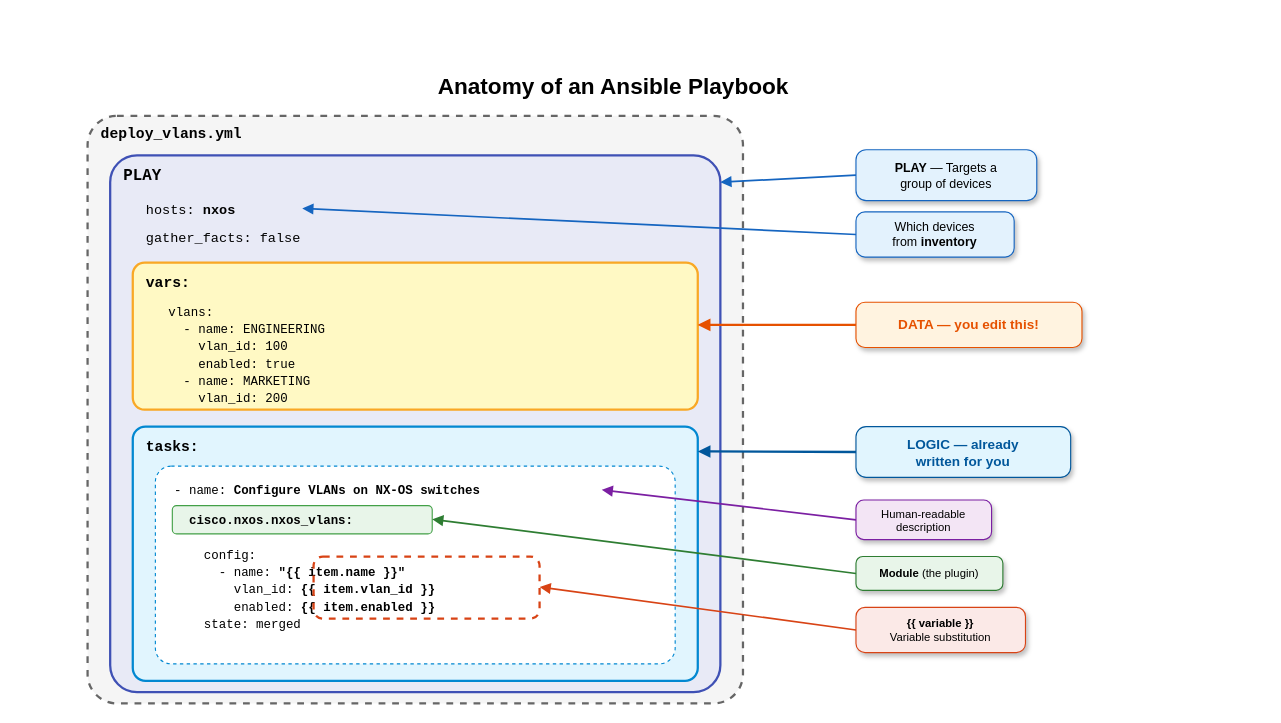
Before: images/playbook-anatomy.drawio in rgoldens/Cisco-Live-2026-Service-as-Code, a draw.io diagram. Source tidied: cells renumbered, new cells numbered last; positions are measured from the earlier drawing's top-left corner, leaving out a move shared by most shapes. Both pictures are drawn from the tidied source at 113%, with x=0, y=0 at pixel (87, 64).
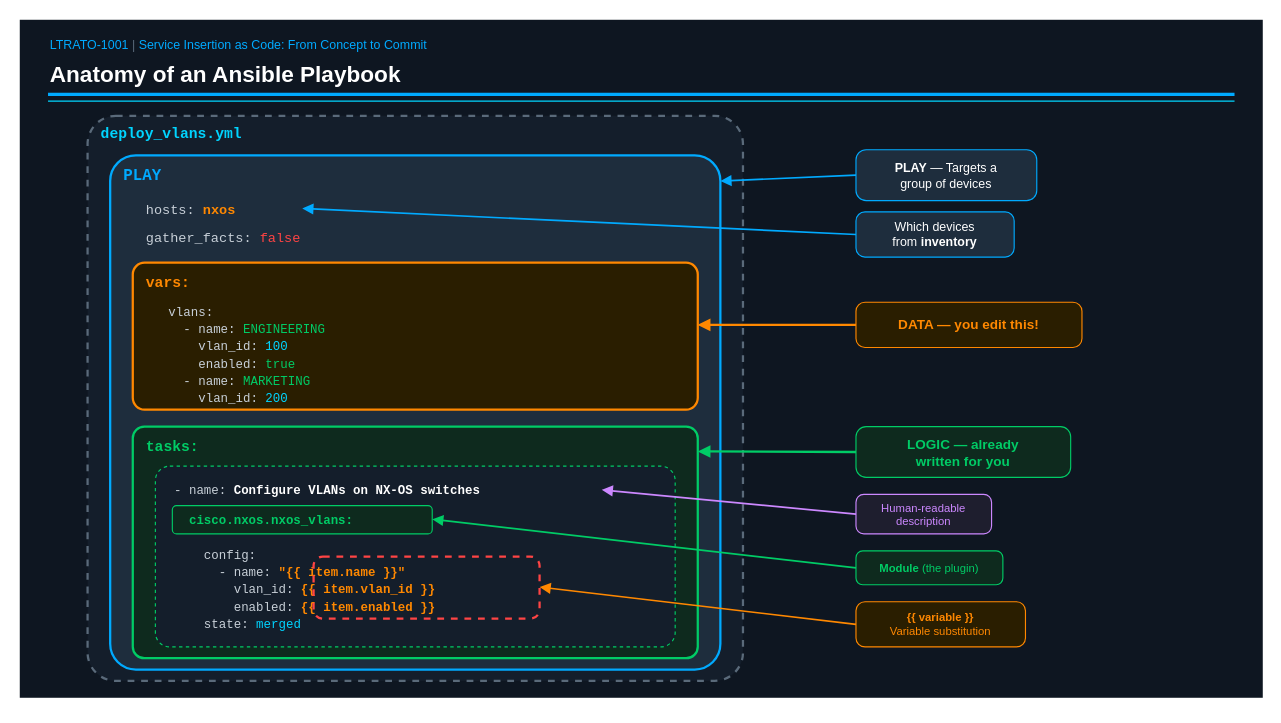
Above is the later version.

What changed in the source:
```diff
@@
+    <mxCell id="33" style="rounded=0;whiteSpace=wrap;html=1;fillColor=#0e1621;strokeColor=none;" parent="1" vertex="1">
+      <mxGeometry x="-60" y="-40" width="1100" height="600" as="geometry" />
+    </mxCell>
+    <mxCell id="34" value="&lt;font color=&quot;#00aaff&quot;&gt;LTRATO-1001&lt;/font&gt;&lt;font color=&quot;#5a6a7a&quot;&gt; | &lt;/font&gt;&lt;font color=&quot;#00aaff&quot;&gt;Service Insertion as Code: From Concept to Commit&lt;/font&gt;" style="text;html=1;fontSize=11;align=left;verticalAlign=middle;fontColor=#00aaff;" parent="1" vertex="1">
+      <mxGeometry x="-35" y="-28" width="350" height="20" as="geometry" />
+    </mxCell>
-    <mxCell id="2" value="&lt;font style=&quot;font-size:20px;&quot;&gt;&lt;b&gt;Anatomy of an Ansible Playbook&lt;/b&gt;&lt;/font&gt;" style="text;html=1;align=center;verticalAlign=middle;" parent="1" vertex="1">
-      <mxGeometry x="280" width="370" height="35" as="geometry" />
+    <mxCell id="2" value="Anatomy of an Ansible Playbook" style="text;html=1;fontSize=20;fontStyle=1;align=left;verticalAlign=middle;fontColor=#ffffff;" parent="1" vertex="1">
+      <mxGeometry x="-35" y="-10" width="500" height="35" as="geometry" />
     </mxCell>
+    <mxCell id="35" style="endArrow=none;html=1;strokeColor=#00aaff;strokeWidth=3;" parent="1" edge="1">
+      <mxGeometry relative="1" as="geometry">
+        <mxPoint x="-35" y="26" as="sourcePoint" />
+        <mxPoint x="1015" y="26" as="targetPoint" />
+      </mxGeometry>
+    </mxCell>
+    <mxCell id="36" style="endArrow=none;html=1;strokeColor=#00d4ff;strokeWidth=1;" parent="1" edge="1">
+      <mxGeometry relative="1" as="geometry">
+        <mxPoint x="-35" y="32" as="sourcePoint" />
+        <mxPoint x="1015" y="32" as="targetPoint" />
+      </mxGeometry>
+    </mxCell>
-    <mxCell id="3" style="rounded=1;whiteSpace=wrap;html=1;fillColor=#F5F5F5;strokeColor=#666666;strokeWidth=2;dashed=1;arcSize=5;" parent="1" vertex="1">
-      <mxGeometry y="45" width="580" height="520" as="geometry" />
+    <mxCell id="3" style="rounded=1;whiteSpace=wrap;html=1;fillColor=#141e2b;strokeColor=#5a6a7a;strokeWidth=2;dashed=1;arcSize=5;" parent="1" vertex="1">
+      <mxGeometry y="45" width="580" height="500" as="geometry" />
     </mxCell>
-    <mxCell id="4" value="&lt;font style=&quot;font-size:13px;&quot; face=&quot;Courier New&quot;&gt;&lt;b&gt;deploy_vlans.yml&lt;/b&gt;&lt;/font&gt;" style="text;html=1;align=left;verticalAlign=middle;" parent="1" vertex="1">
+    <mxCell id="4" value="&lt;font face=&quot;Courier New&quot; color=&quot;#00d4ff&quot; style=&quot;font-size:13px;&quot;&gt;&lt;b&gt;deploy_vlans.yml&lt;/b&gt;&lt;/font&gt;" style="text;html=1;align=left;verticalAlign=middle;" parent="1" vertex="1">
       <mxGeometry x="10" y="48" width="160" height="25" as="geometry" />
     </mxCell>
-    <mxCell id="5" style="rounded=1;whiteSpace=wrap;html=1;fillColor=#E8EAF6;strokeColor=#3F51B5;strokeWidth=2;arcSize=5;" parent="1" vertex="1">
-      <mxGeometry x="20" y="80" width="540" height="475" as="geometry" />
+    <mxCell id="5" style="rounded=1;whiteSpace=wrap;html=1;fillColor=#1e2d3d;strokeColor=#00aaff;strokeWidth=2;arcSize=5;" parent="1" vertex="1">
+      <mxGeometry x="20" y="80" width="540" height="455" as="geometry" />
     </mxCell>
-    <mxCell id="6" value="&lt;font face=&quot;Courier New&quot; style=&quot;font-size:14px;&quot;&gt;&lt;b&gt;PLAY&lt;/b&gt;&lt;/font&gt;" style="text;html=1;align=left;verticalAlign=middle;" parent="1" vertex="1">
+    <mxCell id="6" value="&lt;font face=&quot;Courier New&quot; color=&quot;#00aaff&quot; style=&quot;font-size:14px;&quot;&gt;&lt;b&gt;PLAY&lt;/b&gt;&lt;/font&gt;" style="text;html=1;align=left;verticalAlign=middle;" parent="1" vertex="1">
       <mxGeometry x="30" y="85" width="60" height="25" as="geometry" />
     </mxCell>
-    <mxCell id="7" value="&lt;font style=&quot;font-size:11px;&quot;&gt;&lt;b&gt;PLAY&lt;/b&gt; &amp;mdash; Targets a&lt;br&gt;group of devices&lt;/font&gt;" style="rounded=1;whiteSpace=wrap;html=1;fillColor=#E3F2FD;strokeColor=#1565C0;fontSize=11;arcSize=20;shadow=1;" parent="1" vertex="1">
+    <mxCell id="7" value="&lt;font style=&quot;font-size:11px;&quot; color=&quot;#ffffff&quot;&gt;&lt;b&gt;PLAY&lt;/b&gt; &amp;mdash; Targets a&lt;br&gt;group of devices&lt;/font&gt;" style="rounded=1;whiteSpace=wrap;html=1;fillColor=#1e2d3d;strokeColor=#00aaff;fontSize=11;arcSize=20;" parent="1" vertex="1">
       <mxGeometry x="680" y="75" width="160" height="45" as="geometry" />
     </mxCell>
-    <mxCell id="8" style="endArrow=block;endFill=1;html=1;strokeWidth=1.5;strokeColor=#1565C0;entryX=1;entryY=0.05;entryDx=0;entryDy=0;exitX=0;exitY=0.5;exitDx=0;exitDy=0;" parent="1" edge="1" source="7" target="5">
+    <mxCell id="8" style="endArrow=block;endFill=1;html=1;strokeWidth=1.5;strokeColor=#00aaff;entryX=1;entryY=0.05;entryDx=0;entryDy=0;exitX=0;exitY=0.5;exitDx=0;exitDy=0;" parent="1" edge="1" source="7" target="5">
       <mxGeometry relative="1" as="geometry" />
     </mxCell>
-    <mxCell id="9" value="&lt;font face=&quot;Courier New&quot; style=&quot;font-size:12px;&quot;&gt;hosts: &lt;b&gt;nxos&lt;/b&gt;&lt;/font&gt;" style="text;html=1;align=left;verticalAlign=middle;fillColor=none;" parent="1" vertex="1">
+    <mxCell id="9" value="&lt;font face=&quot;Courier New&quot; color=&quot;#c8d0d8&quot; style=&quot;font-size:12px;&quot;&gt;hosts: &lt;b&gt;&lt;font color=&quot;#ff8800&quot;&gt;nxos&lt;/font&gt;&lt;/b&gt;&lt;/font&gt;" style="text;html=1;align=left;verticalAlign=middle;fillColor=none;" parent="1" vertex="1">
       <mxGeometry x="50" y="115" width="140" height="25" as="geometry" />
     </mxCell>
-    <mxCell id="10" value="&lt;font style=&quot;font-size:11px;&quot;&gt;Which devices&lt;br&gt;from &lt;b&gt;inventory&lt;/b&gt;&lt;/font&gt;" style="rounded=1;whiteSpace=wrap;html=1;fillColor=#E3F2FD;strokeColor=#1565C0;fontSize=11;arcSize=20;shadow=1;" parent="1" vertex="1">
+    <mxCell id="10" value="&lt;font style=&quot;font-size:11px;&quot; color=&quot;#ffffff&quot;&gt;Which devices&lt;br&gt;from &lt;b&gt;inventory&lt;/b&gt;&lt;/font&gt;" style="rounded=1;whiteSpace=wrap;html=1;fillColor=#1e2d3d;strokeColor=#00aaff;fontSize=11;arcSize=20;" parent="1" vertex="1">
       <mxGeometry x="680" y="130" width="140" height="40" as="geometry" />
     </mxCell>
-    <mxCell id="11" style="endArrow=block;endFill=1;html=1;strokeWidth=1.5;strokeColor=#1565C0;exitX=0;exitY=0.5;exitDx=0;exitDy=0;" parent="1" edge="1" source="10">
+    <mxCell id="11" style="endArrow=block;endFill=1;html=1;strokeWidth=1.5;strokeColor=#00aaff;exitX=0;exitY=0.5;exitDx=0;exitDy=0;" parent="1" edge="1" source="10">
       <mxGeometry relative="1" as="geometry">
         <mxPoint x="190" y="127" as="targetPoint" />
       </mxGeometry>
     </mxCell>
-    <mxCell id="12" value="&lt;font face=&quot;Courier New&quot; style=&quot;font-size:12px;&quot;&gt;gather_facts: false&lt;/font&gt;" style="text;html=1;align=left;verticalAlign=middle;fillColor=none;" parent="1" vertex="1">
+    <mxCell id="12" value="&lt;font face=&quot;Courier New&quot; color=&quot;#c8d0d8&quot; style=&quot;font-size:12px;&quot;&gt;gather_facts: &lt;font color=&quot;#ff4444&quot;&gt;false&lt;/font&gt;&lt;/font&gt;" style="text;html=1;align=left;verticalAlign=middle;fillColor=none;" parent="1" vertex="1">
       <mxGeometry x="50" y="140" width="180" height="25" as="geometry" />
     </mxCell>
-    <mxCell id="13" style="rounded=1;whiteSpace=wrap;html=1;fillColor=#FFF9C4;strokeColor=#F9A825;strokeWidth=2;arcSize=8;" parent="1" vertex="1">
+    <mxCell id="13" style="rounded=1;whiteSpace=wrap;html=1;fillColor=#2a1e00;strokeColor=#ff8800;strokeWidth=2;arcSize=8;" parent="1" vertex="1">
       <mxGeometry x="40" y="175" width="500" height="130" as="geometry" />
     </mxCell>
-    <mxCell id="14" value="&lt;font face=&quot;Courier New&quot; style=&quot;font-size:13px;&quot;&gt;&lt;b&gt;vars:&lt;/b&gt;&lt;/font&gt;" style="text;html=1;align=left;verticalAlign=middle;" parent="1" vertex="1">
+    <mxCell id="14" value="&lt;font face=&quot;Courier New&quot; color=&quot;#ff8800&quot; style=&quot;font-size:13px;&quot;&gt;&lt;b&gt;vars:&lt;/b&gt;&lt;/font&gt;" style="text;html=1;align=left;verticalAlign=middle;" parent="1" vertex="1">
       <mxGeometry x="50" y="180" width="60" height="25" as="geometry" />
     </mxCell>
-    <mxCell id="15" value="&lt;font face=&quot;Courier New&quot; style=&quot;font-size:11px;&quot;&gt;vlans:&lt;br&gt;&amp;nbsp;&amp;nbsp;- name: ENGINEERING&lt;br&gt;&amp;nbsp;&amp;nbsp;&amp;nbsp;&amp;nbsp;vlan_id: 100&lt;br&gt;&amp;nbsp;&amp;nbsp;&amp;nbsp;&amp;nbsp;enabled: true&lt;br&gt;&amp;nbsp;&amp;nbsp;- name: MARKETING&lt;br&gt;&amp;nbsp;&amp;nbsp;&amp;nbsp;&amp;nbsp;vlan_id: 200&lt;/font&gt;" style="text;html=1;align=left;verticalAlign=top;fillColor=none;" parent="1" vertex="1">
+    <mxCell id="15" value="&lt;font face=&quot;Courier New&quot; color=&quot;#c8d0d8&quot; style=&quot;font-size:11px;&quot;&gt;vlans:&lt;br&gt;&amp;nbsp;&amp;nbsp;- name: &lt;font color=&quot;#00cc66&quot;&gt;ENGINEERING&lt;/font&gt;&lt;br&gt;&amp;nbsp;&amp;nbsp;&amp;nbsp;&amp;nbsp;vlan_id: &lt;font color=&quot;#00d4ff&quot;&gt;100&lt;/font&gt;&lt;br&gt;&amp;nbsp;&amp;nbsp;&amp;nbsp;&amp;nbsp;enabled: &lt;font color=&quot;#00cc66&quot;&gt;true&lt;/font&gt;&lt;br&gt;&amp;nbsp;&amp;nbsp;- name: &lt;font color=&quot;#00cc66&quot;&gt;MARKETING&lt;/font&gt;&lt;br&gt;&amp;nbsp;&amp;nbsp;&amp;nbsp;&amp;nbsp;vlan_id: &lt;font color=&quot;#00d4ff&quot;&gt;200&lt;/font&gt;&lt;/font&gt;" style="text;html=1;align=left;verticalAlign=top;fillColor=none;" parent="1" vertex="1">
       <mxGeometry x="70" y="205" width="300" height="95" as="geometry" />
     </mxCell>
-    <mxCell id="16" value="&lt;font style=&quot;font-size:12px;&quot; color=&quot;#E65100&quot;&gt;&lt;b&gt;DATA&lt;/b&gt; &amp;mdash; you edit this!&lt;/font&gt;" style="rounded=1;whiteSpace=wrap;html=1;fillColor=#FFF3E0;strokeColor=#E65100;fontSize=12;arcSize=20;shadow=1;fontStyle=1;" parent="1" vertex="1">
+    <mxCell id="16" value="&lt;font style=&quot;font-size:12px;&quot; color=&quot;#ff8800&quot;&gt;&lt;b&gt;DATA&lt;/b&gt; &amp;mdash; you edit this!&lt;/font&gt;" style="rounded=1;whiteSpace=wrap;html=1;fillColor=#2a1e00;strokeColor=#ff8800;fontSize=12;arcSize=20;fontStyle=1;" parent="1" vertex="1">
       <mxGeometry x="680" y="210" width="200" height="40" as="geometry" />
     </mxCell>
-    <mxCell id="17" style="endArrow=block;endFill=1;html=1;strokeWidth=2;strokeColor=#E65100;exitX=0;exitY=0.5;exitDx=0;exitDy=0;" parent="1" edge="1" source="16">
+    <mxCell id="17" style="endArrow=block;endFill=1;html=1;strokeWidth=2;strokeColor=#ff8800;exitX=0;exitY=0.5;exitDx=0;exitDy=0;" parent="1" edge="1" source="16">
       <mxGeometry relative="1" as="geometry">
         <mxPoint x="540" y="230" as="targetPoint" />
       </mxGeometry>
     </mxCell>
-    <mxCell id="18" style="rounded=1;whiteSpace=wrap;html=1;fillColor=#E1F5FE;strokeColor=#0288D1;strokeWidth=2;arcSize=5;" parent="1" vertex="1">
-      <mxGeometry x="40" y="320" width="500" height="225" as="geometry" />
+    <mxCell id="18" style="rounded=1;whiteSpace=wrap;html=1;fillColor=#0e2a1e;strokeColor=#00cc66;strokeWidth=2;arcSize=5;" parent="1" vertex="1">
+      <mxGeometry x="40" y="320" width="500" height="205" as="geometry" />
     </mxCell>
-    <mxCell id="19" value="&lt;font face=&quot;Courier New&quot; style=&quot;font-size:13px;&quot;&gt;&lt;b&gt;tasks:&lt;/b&gt;&lt;/font&gt;" style="text;html=1;align=left;verticalAlign=middle;" parent="1" vertex="1">
+    <mxCell id="19" value="&lt;font face=&quot;Courier New&quot; color=&quot;#00cc66&quot; style=&quot;font-size:13px;&quot;&gt;&lt;b&gt;tasks:&lt;/b&gt;&lt;/font&gt;" style="text;html=1;align=left;verticalAlign=middle;" parent="1" vertex="1">
       <mxGeometry x="50" y="325" width="70" height="25" as="geometry" />
     </mxCell>
-    <mxCell id="20" value="&lt;font style=&quot;font-size:12px;&quot; color=&quot;#01579B&quot;&gt;&lt;b&gt;LOGIC&lt;/b&gt; &amp;mdash; already&lt;br&gt;written for you&lt;/font&gt;" style="rounded=1;whiteSpace=wrap;html=1;fillColor=#E1F5FE;strokeColor=#01579B;fontSize=12;arcSize=20;shadow=1;fontStyle=1;" parent="1" vertex="1">
+    <mxCell id="20" value="&lt;font style=&quot;font-size:12px;&quot; color=&quot;#00cc66&quot;&gt;&lt;b&gt;LOGIC&lt;/b&gt; &amp;mdash; already&lt;br&gt;written for you&lt;/font&gt;" style="rounded=1;whiteSpace=wrap;html=1;fillColor=#0e2a1e;strokeColor=#00cc66;fontSize=12;arcSize=20;fontStyle=1;" parent="1" vertex="1">
       <mxGeometry x="680" y="320" width="190" height="45" as="geometry" />
     </mxCell>
-    <mxCell id="21" style="endArrow=block;endFill=1;html=1;strokeWidth=2;strokeColor=#01579B;exitX=0;exitY=0.5;exitDx=0;exitDy=0;" parent="1" edge="1" source="20">
+    <mxCell id="21" style="endArrow=block;endFill=1;html=1;strokeWidth=2;strokeColor=#00cc66;exitX=0;exitY=0.5;exitDx=0;exitDy=0;" parent="1" edge="1" source="20">
       <mxGeometry relative="1" as="geometry">
         <mxPoint x="540" y="342" as="targetPoint" />
       </mxGeometry>
     </mxCell>
-    <mxCell id="22" style="rounded=1;whiteSpace=wrap;html=1;fillColor=#FFFFFF;strokeColor=#0288D1;strokeWidth=1;dashed=1;arcSize=8;" parent="1" vertex="1">
-      <mxGeometry x="60" y="355" width="460" height="175" as="geometry" />
+    <mxCell id="22" style="rounded=1;whiteSpace=wrap;html=1;fillColor=#141e2b;strokeColor=#00cc66;strokeWidth=1;dashed=1;arcSize=8;" parent="1" vertex="1">
+      <mxGeometry x="60" y="355" width="460" height="160" as="geometry" />
     </mxCell>
-    <mxCell id="23" value="&lt;font face=&quot;Courier New&quot; style=&quot;font-size:11px;&quot;&gt;- name: &lt;b&gt;Configure VLANs on NX-OS switches&lt;/b&gt;&lt;/font&gt;" style="text;html=1;align=left;verticalAlign=middle;fillColor=none;" parent="1" vertex="1">
+    <mxCell id="23" value="&lt;font face=&quot;Courier New&quot; color=&quot;#c8d0d8&quot; style=&quot;font-size:11px;&quot;&gt;- name: &lt;b&gt;&lt;font color=&quot;#ffffff&quot;&gt;Configure VLANs on NX-OS switches&lt;/font&gt;&lt;/b&gt;&lt;/font&gt;" style="text;html=1;align=left;verticalAlign=middle;fillColor=none;" parent="1" vertex="1">
       <mxGeometry x="75" y="365" width="380" height="22" as="geometry" />
     </mxCell>
-    <mxCell id="24" value="&lt;font style=&quot;font-size:10px;&quot;&gt;Human-readable&lt;br&gt;description&lt;/font&gt;" style="rounded=1;whiteSpace=wrap;html=1;fillColor=#F3E5F5;strokeColor=#7B1FA2;fontSize=10;arcSize=20;shadow=1;" parent="1" vertex="1">
-      <mxGeometry x="680" y="385" width="120" height="35" as="geometry" />
+    <mxCell id="24" value="&lt;font style=&quot;font-size:10px;&quot; color=&quot;#cc88ff&quot;&gt;Human-readable&lt;br&gt;description&lt;/font&gt;" style="rounded=1;whiteSpace=wrap;html=1;fillColor=#1e1e2e;strokeColor=#cc88ff;fontSize=10;arcSize=20;" parent="1" vertex="1">
+      <mxGeometry x="680" y="380" width="120" height="35" as="geometry" />
     </mxCell>
-    <mxCell id="25" style="endArrow=block;endFill=1;html=1;strokeWidth=1.5;strokeColor=#7B1FA2;exitX=0;exitY=0.5;exitDx=0;exitDy=0;" parent="1" edge="1" source="24">
+    <mxCell id="25" style="endArrow=block;endFill=1;html=1;strokeWidth=1.5;strokeColor=#cc88ff;exitX=0;exitY=0.5;exitDx=0;exitDy=0;" parent="1" edge="1" source="24">
       <mxGeometry relative="1" as="geometry">
         <mxPoint x="455" y="376" as="targetPoint" />
       </mxGeometry>
     </mxCell>
-    <mxCell id="26" value="&lt;font face=&quot;Courier New&quot; style=&quot;font-size:11px;&quot;&gt;&amp;nbsp;&amp;nbsp;&lt;b&gt;cisco.nxos.nxos_vlans:&lt;/b&gt;&lt;/font&gt;" style="text;html=1;align=left;verticalAlign=middle;fillColor=#E8F5E9;strokeColor=#43A047;rounded=1;" parent="1" vertex="1">
+    <mxCell id="26" value="&lt;font face=&quot;Courier New&quot; color=&quot;#c8d0d8&quot; style=&quot;font-size:11px;&quot;&gt;&amp;nbsp;&amp;nbsp;&lt;b&gt;&lt;font color=&quot;#00cc66&quot;&gt;cisco.nxos.nxos_vlans:&lt;/font&gt;&lt;/b&gt;&lt;/font&gt;" style="text;html=1;align=left;verticalAlign=middle;fillColor=#0e2a1e;strokeColor=#00cc66;rounded=1;" parent="1" vertex="1">
       <mxGeometry x="75" y="390" width="230" height="25" as="geometry" />
     </mxCell>
-    <mxCell id="27" value="&lt;font style=&quot;font-size:10px;&quot;&gt;&lt;b&gt;Module&lt;/b&gt; (the plugin)&lt;/font&gt;" style="rounded=1;whiteSpace=wrap;html=1;fillColor=#E8F5E9;strokeColor=#2E7D32;fontSize=10;arcSize=20;shadow=1;" parent="1" vertex="1">
-      <mxGeometry x="680" y="435" width="130" height="30" as="geometry" />
+    <mxCell id="27" value="&lt;font style=&quot;font-size:10px;&quot; color=&quot;#00cc66&quot;&gt;&lt;b&gt;Module&lt;/b&gt; (the plugin)&lt;/font&gt;" style="rounded=1;whiteSpace=wrap;html=1;fillColor=#0e2a1e;strokeColor=#00cc66;fontSize=10;arcSize=20;" parent="1" vertex="1">
+      <mxGeometry x="680" y="430" width="130" height="30" as="geometry" />
     </mxCell>
-    <mxCell id="28" style="endArrow=block;endFill=1;html=1;strokeWidth=1.5;strokeColor=#2E7D32;exitX=0;exitY=0.5;exitDx=0;exitDy=0;" parent="1" edge="1" source="27">
+    <mxCell id="28" style="endArrow=block;endFill=1;html=1;strokeWidth=1.5;strokeColor=#00cc66;exitX=0;exitY=0.5;exitDx=0;exitDy=0;" parent="1" edge="1" source="27">
       <mxGeometry relative="1" as="geometry">
         <mxPoint x="305" y="402" as="targetPoint" />
       </mxGeometry>
     </mxCell>
-    <mxCell id="29" value="&lt;font face=&quot;Courier New&quot; style=&quot;font-size:11px;&quot;&gt;&amp;nbsp;&amp;nbsp;&amp;nbsp;&amp;nbsp;config:&lt;br&gt;&amp;nbsp;&amp;nbsp;&amp;nbsp;&amp;nbsp;&amp;nbsp;&amp;nbsp;- name: &lt;b&gt;&quot;{{ item.name }}&quot;&lt;/b&gt;&lt;br&gt;&amp;nbsp;&amp;nbsp;&amp;nbsp;&amp;nbsp;&amp;nbsp;&amp;nbsp;&amp;nbsp;&amp;nbsp;vlan_id: &lt;b&gt;{{ item.vlan_id }}&lt;/b&gt;&lt;br&gt;&amp;nbsp;&amp;nbsp;&amp;nbsp;&amp;nbsp;&amp;nbsp;&amp;nbsp;&amp;nbsp;&amp;nbsp;enabled: &lt;b&gt;{{ item.enabled }}&lt;/b&gt;&lt;br&gt;&amp;nbsp;&amp;nbsp;&amp;nbsp;&amp;nbsp;state: merged&lt;/font&gt;" style="text;html=1;align=left;verticalAlign=top;fillColor=none;" parent="1" vertex="1">
+    <mxCell id="29" value="&lt;font face=&quot;Courier New&quot; color=&quot;#c8d0d8&quot; style=&quot;font-size:11px;&quot;&gt;&amp;nbsp;&amp;nbsp;&amp;nbsp;&amp;nbsp;config:&lt;br&gt;&amp;nbsp;&amp;nbsp;&amp;nbsp;&amp;nbsp;&amp;nbsp;&amp;nbsp;- name: &lt;font color=&quot;#ff8800&quot;&gt;&lt;b&gt;&quot;{{ item.name }}&quot;&lt;/b&gt;&lt;/font&gt;&lt;br&gt;&amp;nbsp;&amp;nbsp;&amp;nbsp;&amp;nbsp;&amp;nbsp;&amp;nbsp;&amp;nbsp;&amp;nbsp;vlan_id: &lt;font color=&quot;#ff8800&quot;&gt;&lt;b&gt;{{ item.vlan_id }}&lt;/b&gt;&lt;/font&gt;&lt;br&gt;&amp;nbsp;&amp;nbsp;&amp;nbsp;&amp;nbsp;&amp;nbsp;&amp;nbsp;&amp;nbsp;&amp;nbsp;enabled: &lt;font color=&quot;#ff8800&quot;&gt;&lt;b&gt;{{ item.enabled }}&lt;/b&gt;&lt;/font&gt;&lt;br&gt;&amp;nbsp;&amp;nbsp;&amp;nbsp;&amp;nbsp;state: &lt;font color=&quot;#00d4ff&quot;&gt;merged&lt;/font&gt;&lt;/font&gt;" style="text;html=1;align=left;verticalAlign=top;fillColor=none;" parent="1" vertex="1">
       <mxGeometry x="75" y="420" width="350" height="90" as="geometry" />
     </mxCell>
-    <mxCell id="30" style="rounded=1;whiteSpace=wrap;html=1;fillColor=none;strokeColor=#D84315;strokeWidth=2;dashed=1;arcSize=15;" parent="1" vertex="1">
+    <mxCell id="30" style="rounded=1;whiteSpace=wrap;html=1;fillColor=none;strokeColor=#ff4444;strokeWidth=2;dashed=1;arcSize=15;" parent="1" vertex="1">
       <mxGeometry x="200" y="435" width="200" height="55" as="geometry" />
     </mxCell>
-    <mxCell id="31" value="&lt;font style=&quot;font-size:10px;&quot;&gt;&lt;b&gt;{{ variable }}&lt;/b&gt;&lt;br&gt;Variable substitution&lt;/font&gt;" style="rounded=1;whiteSpace=wrap;html=1;fillColor=#FBE9E7;strokeColor=#D84315;fontSize=10;arcSize=20;shadow=1;" parent="1" vertex="1">
-      <mxGeometry x="680" y="480" width="150" height="40" as="geometry" />
+    <mxCell id="31" value="&lt;font style=&quot;font-size:10px;&quot; color=&quot;#ff8800&quot;&gt;&lt;b&gt;{{ variable }}&lt;/b&gt;&lt;br&gt;Variable substitution&lt;/font&gt;" style="rounded=1;whiteSpace=wrap;html=1;fillColor=#2a1e00;strokeColor=#ff8800;fontSize=10;arcSize=20;" parent="1" vertex="1">
+      <mxGeometry x="680" y="475" width="150" height="40" as="geometry" />
     </mxCell>
-    <mxCell id="32" style="endArrow=block;endFill=1;html=1;strokeWidth=1.5;strokeColor=#D84315;exitX=0;exitY=0.5;exitDx=0;exitDy=0;" parent="1" edge="1" source="31">
+    <mxCell id="32" style="endArrow=block;endFill=1;html=1;strokeWidth=1.5;strokeColor=#ff8800;exitX=0;exitY=0.5;exitDx=0;exitDy=0;" parent="1" edge="1" source="31">
       <mxGeometry relative="1" as="geometry">
         <mxPoint x="400" y="462" as="targetPoint" />
       </mxGeometry>
     </mxCell>
```
